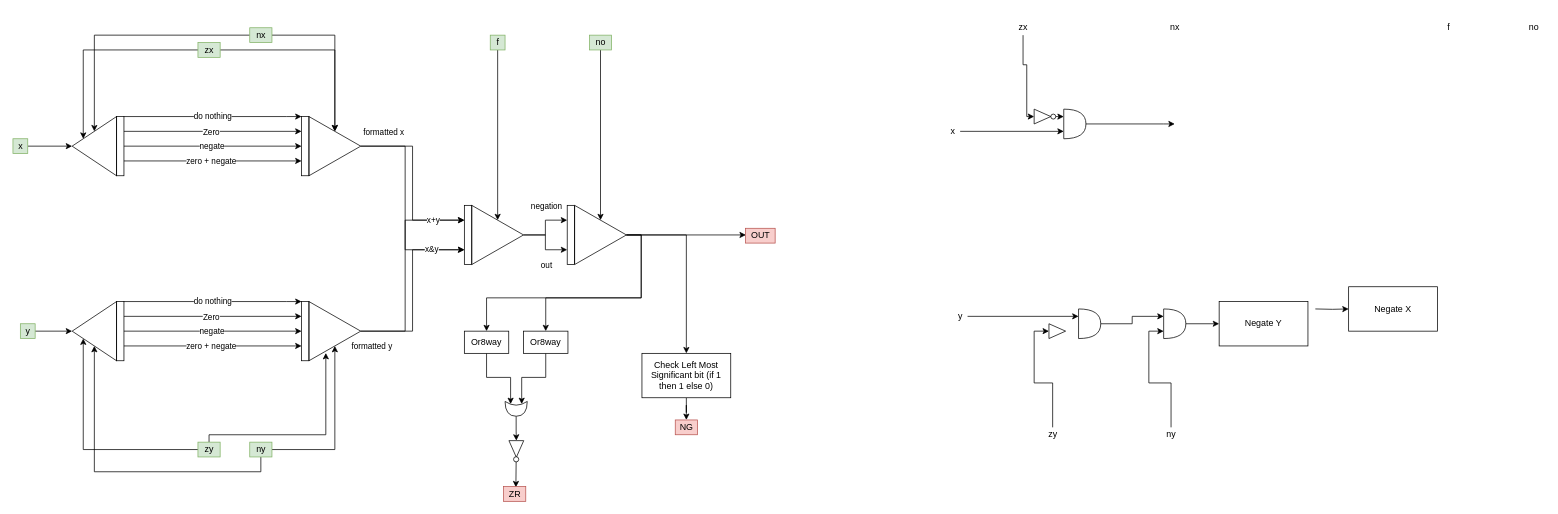
This is projects/02/ALU-arch.drawio from rayhaanbhikha/nandtotetris, a draw.io file, before an edit. Source tidied: cells renumbered, new cells numbered last; positions are measured from the earlier drawing's top-left corner, leaving out a move shared by most shapes. Both pictures are drawn from the tidied source at 74%, with x=0, y=0 at pixel (13, 20).
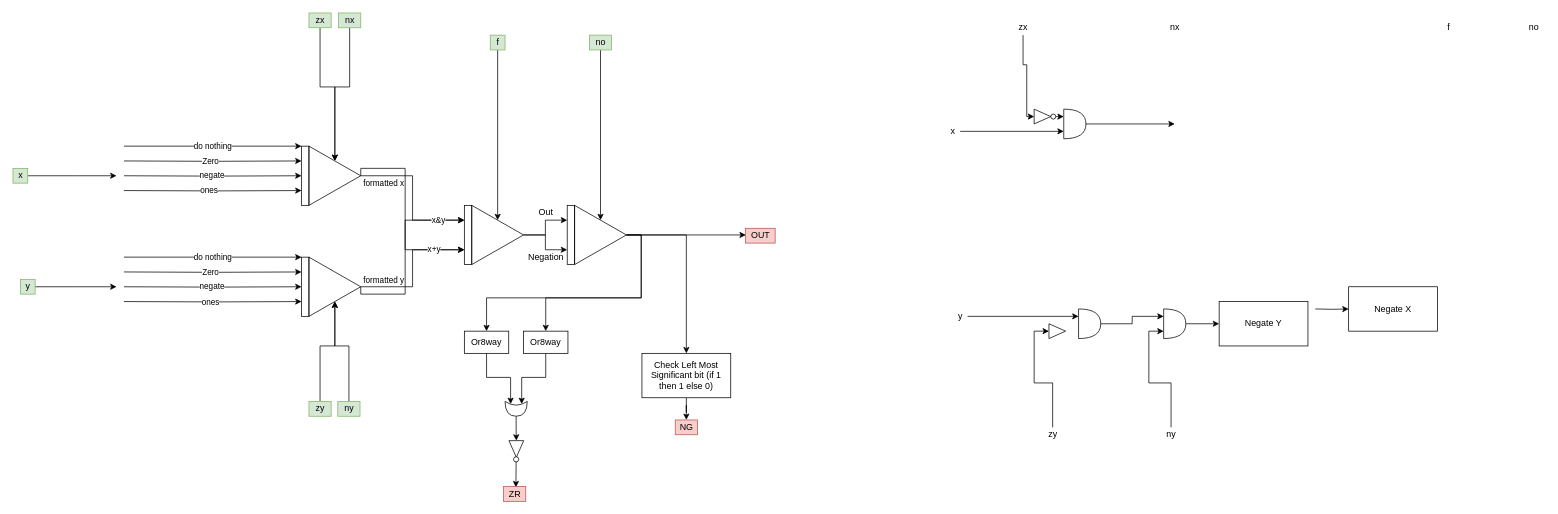
Above is the later version.

Commit message:
ALU arch updated.

Unchanged cells that the change refers to:
```xml
<mxCell id="73" style="edgeStyle=orthogonalEdgeStyle;rounded=0;jettySize=auto;html=1;exitX=1;exitY=0.5;exitDx=0;exitDy=0;entryX=0;entryY=0.25;entryDx=0;entryDy=0;" parent="1" edge="1" source="77" target="78">
  <mxGeometry relative="1" as="geometry" />
</mxCell>
<mxCell id="78" style="rounded=0;whiteSpace=wrap;html=1;strokeWidth=1;fillColor=none;" parent="1" vertex="1">
  <mxGeometry x="610" y="250" width="10" height="80" as="geometry" />
</mxCell>
<mxCell id="79" style="edgeStyle=orthogonalEdgeStyle;rounded=0;jettySize=auto;html=1;exitX=1;exitY=0.5;exitDx=0;exitDy=0;entryX=0;entryY=0.25;entryDx=0;entryDy=0;" parent="1" edge="1" source="83" target="85">
  <mxGeometry relative="1" as="geometry" />
</mxCell>
<mxCell id="81" style="edgeStyle=orthogonalEdgeStyle;rounded=0;jettySize=auto;html=1;exitX=1;exitY=0.5;exitDx=0;exitDy=0;entryX=0;entryY=0.75;entryDx=0;entryDy=0;" parent="1" edge="1" source="83" target="85">
  <mxGeometry relative="1" as="geometry" />
</mxCell>
```

What changed in the source:
```diff
@@
-    <mxCell id="2" style="edgeStyle=orthogonalEdgeStyle;rounded=0;jettySize=auto;html=1;entryX=0;entryY=0.5;entryDx=0;entryDy=0;" parent="1" edge="1" source="3" target="49">
-      <mxGeometry relative="1" as="geometry" />
-    </mxCell>
+    <mxCell id="113" style="edgeStyle=orthogonalEdgeStyle;rounded=0;jettySize=auto;html=1;" parent="1" edge="1" source="3">
+      <mxGeometry relative="1" as="geometry">
+        <mxPoint x="140" y="210" as="targetPoint" />
+      </mxGeometry>
+    </mxCell>
     <mxCell id="3" value="x" style="text;html=1;align=center;verticalAlign=middle;points=[];fillColor=#d5e8d4;strokeColor=#82b366;" parent="1" vertex="1">
-      <mxGeometry y="160" width="20" height="20" as="geometry" />
+      <mxGeometry y="200" width="20" height="20" as="geometry" />
     </mxCell>
-    <mxCell id="4" style="edgeStyle=orthogonalEdgeStyle;rounded=0;jettySize=auto;html=1;" parent="1" edge="1" source="5" target="50">
-      <mxGeometry relative="1" as="geometry" />
+    <mxCell id="4" style="edgeStyle=orthogonalEdgeStyle;rounded=0;jettySize=auto;html=1;" parent="1" edge="1" source="5">
+      <mxGeometry relative="1" as="geometry">
+        <mxPoint x="140" y="360" as="targetPoint" />
+      </mxGeometry>
     </mxCell>
     <mxCell id="5" value="y" style="text;html=1;align=center;verticalAlign=middle;points=[];fillColor=#d5e8d4;strokeColor=#82b366;" parent="1" vertex="1">
-      <mxGeometry x="10" y="410" width="20" height="20" as="geometry" />
+      <mxGeometry x="10" y="350" width="20" height="20" as="geometry" />
     </mxCell>
-    <mxCell id="6" style="edgeStyle=orthogonalEdgeStyle;rounded=0;jettySize=auto;html=1;entryX=0;entryY=0.25;entryDx=0;entryDy=0;" parent="1" edge="1" source="8" target="49">
-      <mxGeometry relative="1" as="geometry" />
-    </mxCell>
@@
     <mxCell id="8" value="zx" style="text;html=1;align=center;verticalAlign=middle;points=[];fillColor=#d5e8d4;strokeColor=#82b366;" parent="1" vertex="1">
-      <mxGeometry x="250" y="30" width="30" height="20" as="geometry" />
+      <mxGeometry x="400" y="-10" width="30" height="20" as="geometry" />
     </mxCell>
-    <mxCell id="9" style="edgeStyle=orthogonalEdgeStyle;rounded=0;jettySize=auto;html=1;entryX=0.5;entryY=0;entryDx=0;entryDy=0;" parent="1" edge="1" source="11" target="49">
-      <mxGeometry relative="1" as="geometry" />
-    </mxCell>
@@
     <mxCell id="11" value="nx" style="text;html=1;align=center;verticalAlign=middle;points=[];fillColor=#d5e8d4;strokeColor=#82b366;" parent="1" vertex="1">
-      <mxGeometry x="320" y="10" width="30" height="20" as="geometry" />
+      <mxGeometry x="440" y="-10" width="30" height="20" as="geometry" />
     </mxCell>
-    <mxCell id="12" style="edgeStyle=orthogonalEdgeStyle;rounded=0;jettySize=auto;html=1;entryX=0;entryY=0.75;entryDx=0;entryDy=0;" parent="1" edge="1" source="14" target="50">
-      <mxGeometry relative="1" as="geometry" />
-    </mxCell>
-    <mxCell id="13" style="edgeStyle=orthogonalEdgeStyle;rounded=0;jettySize=auto;html=1;entryX=0.326;entryY=0.869;entryDx=0;entryDy=0;entryPerimeter=0;" parent="1" edge="1" source="14" target="63">
+    <mxCell id="13" style="edgeStyle=orthogonalEdgeStyle;rounded=0;jettySize=auto;html=1;entryX=0.5;entryY=1;entryDx=0;entryDy=0;" parent="1" edge="1" source="14" target="63">
       <mxGeometry relative="1" as="geometry">
         <Array as="points">
-          <mxPoint x="265" y="560" />
-          <mxPoint x="423" y="560" />
+          <mxPoint x="415" y="440" />
+          <mxPoint x="435" y="440" />
         </Array>
       </mxGeometry>
     </mxCell>
     <mxCell id="14" value="zy" style="text;html=1;align=center;verticalAlign=middle;points=[];fillColor=#d5e8d4;strokeColor=#82b366;" parent="1" vertex="1">
-      <mxGeometry x="250" y="570" width="30" height="20" as="geometry" />
+      <mxGeometry x="400" y="515" width="30" height="20" as="geometry" />
     </mxCell>
     <mxCell id="15" style="edgeStyle=orthogonalEdgeStyle;rounded=0;jettySize=auto;html=1;entryX=0.5;entryY=1;entryDx=0;entryDy=0;" parent="1" edge="1" source="17" target="63">
-      <mxGeometry relative="1" as="geometry" />
+      <mxGeometry relative="1" as="geometry">
+        <Array as="points">
+          <mxPoint x="454" y="440" />
+          <mxPoint x="435" y="440" />
+        </Array>
+      </mxGeometry>
     </mxCell>
-    <mxCell id="16" style="edgeStyle=orthogonalEdgeStyle;rounded=0;jettySize=auto;html=1;entryX=0.5;entryY=1;entryDx=0;entryDy=0;" parent="1" edge="1" source="17" target="50">
-      <mxGeometry relative="1" as="geometry">
-        <Array as="points">
-          <mxPoint x="335" y="610" />
-          <mxPoint x="110" y="610" />
-        </Array>
-      </mxGeometry>
-    </mxCell>
     <mxCell id="17" value="ny" style="text;html=1;align=center;verticalAlign=middle;points=[];fillColor=#d5e8d4;strokeColor=#82b366;" parent="1" vertex="1">
-      <mxGeometry x="320" y="570" width="30" height="20" as="geometry" />
+      <mxGeometry x="439" y="515" width="30" height="20" as="geometry" />
     </mxCell>
@@
-    <mxCell id="49" style="triangle;whiteSpace=wrap;html=1;strokeWidth=1;fillColor=none;flipH=1;" parent="1" vertex="1">
-      <mxGeometry x="80" y="130" width="60" height="80" as="geometry" />
-    </mxCell>
-    <mxCell id="50" style="triangle;whiteSpace=wrap;html=1;strokeWidth=1;fillColor=none;flipH=1;" parent="1" vertex="1">
-      <mxGeometry x="80" y="380" width="60" height="80" as="geometry" />
-    </mxCell>
-    <mxCell id="51" value="do nothing" style="edgeStyle=orthogonalEdgeStyle;rounded=0;jettySize=auto;html=1;exitX=1;exitY=0;exitDx=0;exitDy=0;entryX=0;entryY=0;entryDx=0;entryDy=0;" parent="1" edge="1" source="58" target="59">
+    <mxCell id="51" value="do nothing" style="edgeStyle=orthogonalEdgeStyle;rounded=0;jettySize=auto;html=1;exitX=1;exitY=0;exitDx=0;exitDy=0;entryX=0;entryY=0;entryDx=0;entryDy=0;" parent="1" edge="1" target="59">
       <mxGeometry relative="1" as="geometry">
+        <mxPoint x="150" y="320" as="sourcePoint" />
         <Array as="points">
-          <mxPoint x="370" y="380" />
-          <mxPoint x="370" y="380" />
+          <mxPoint x="370" y="320" />
+          <mxPoint x="370" y="320" />
         </Array>
       </mxGeometry>
     </mxCell>
-    <mxCell id="52" style="edgeStyle=orthogonalEdgeStyle;rounded=0;jettySize=auto;html=1;exitX=1;exitY=0.25;exitDx=0;exitDy=0;entryX=0;entryY=0.25;entryDx=0;entryDy=0;" parent="1" edge="1" source="58" target="59">
-      <mxGeometry relative="1" as="geometry" />
+    <mxCell id="52" style="edgeStyle=orthogonalEdgeStyle;rounded=0;jettySize=auto;html=1;exitX=1;exitY=0.25;exitDx=0;exitDy=0;entryX=0;entryY=0.25;entryDx=0;entryDy=0;" parent="1" edge="1" target="59">
+      <mxGeometry relative="1" as="geometry">
+        <mxPoint x="150" y="340" as="sourcePoint" />
+      </mxGeometry>
     </mxCell>
@@
-    <mxCell id="54" style="edgeStyle=orthogonalEdgeStyle;rounded=0;jettySize=auto;html=1;exitX=1;exitY=0.5;exitDx=0;exitDy=0;entryX=0;entryY=0.5;entryDx=0;entryDy=0;" parent="1" edge="1" source="58" target="59">
-      <mxGeometry relative="1" as="geometry" />
+    <mxCell id="54" style="edgeStyle=orthogonalEdgeStyle;rounded=0;jettySize=auto;html=1;exitX=1;exitY=0.5;exitDx=0;exitDy=0;entryX=0;entryY=0.5;entryDx=0;entryDy=0;" parent="1" edge="1" target="59">
+      <mxGeometry relative="1" as="geometry">
+        <mxPoint x="150" y="360" as="sourcePoint" />
+      </mxGeometry>
     </mxCell>
@@
-    <mxCell id="56" style="edgeStyle=orthogonalEdgeStyle;rounded=0;jettySize=auto;html=1;exitX=1;exitY=0.75;exitDx=0;exitDy=0;entryX=0;entryY=0.75;entryDx=0;entryDy=0;" parent="1" edge="1" source="58" target="59">
-      <mxGeometry relative="1" as="geometry" />
+    <mxCell id="56" style="edgeStyle=orthogonalEdgeStyle;rounded=0;jettySize=auto;html=1;exitX=1;exitY=0.75;exitDx=0;exitDy=0;entryX=0;entryY=0.75;entryDx=0;entryDy=0;" parent="1" edge="1" target="59">
+      <mxGeometry relative="1" as="geometry">
+        <mxPoint x="150" y="380" as="sourcePoint" />
+      </mxGeometry>
     </mxCell>
-    <mxCell id="57" value="zero + negate" style="edgeLabel;html=1;align=center;verticalAlign=middle;" parent="56" vertex="1">
+    <mxCell id="57" value="ones" style="edgeLabel;html=1;align=center;verticalAlign=middle;" parent="56" vertex="1">
       <mxGeometry y="-3" relative="1" as="geometry">
         <mxPoint x="-3" y="-3" as="offset" />
       </mxGeometry>
     </mxCell>
-    <mxCell id="58" style="rounded=0;whiteSpace=wrap;html=1;strokeWidth=1;fillColor=none;" parent="1" vertex="1">
-      <mxGeometry x="140" y="380" width="10" height="80" as="geometry" />
-    </mxCell>
     <mxCell id="59" style="rounded=0;whiteSpace=wrap;html=1;strokeWidth=1;fillColor=none;" parent="1" vertex="1">
-      <mxGeometry x="390" y="380" width="10" height="80" as="geometry" />
+      <mxGeometry x="390" y="320" width="10" height="80" as="geometry" />
     </mxCell>
     <mxCell id="60" style="edgeStyle=orthogonalEdgeStyle;rounded=0;jettySize=auto;html=1;exitX=1;exitY=0.5;exitDx=0;exitDy=0;entryX=0;entryY=0.25;entryDx=0;entryDy=0;" parent="1" edge="1" source="63" target="78">
       <mxGeometry relative="1" as="geometry">
         <Array as="points">
-          <mxPoint x="530" y="420" />
+          <mxPoint x="470" y="370" />
+          <mxPoint x="530" y="370" />
           <mxPoint x="530" y="270" />
         </Array>
       </mxGeometry>
     </mxCell>
     <mxCell id="61" value="formatted y" style="edgeLabel;html=1;align=center;verticalAlign=middle;" parent="60" vertex="1">
       <mxGeometry x="-0.84" y="1" relative="1" as="geometry">
-        <mxPoint x="-8.3" y="21" as="offset" />
+        <mxPoint x="20" y="-19" as="offset" />
       </mxGeometry>
     </mxCell>
@@
     <mxCell id="63" style="triangle;whiteSpace=wrap;html=1;strokeWidth=1;fillColor=none;flipH=0;" parent="1" vertex="1">
-      <mxGeometry x="400" y="380" width="70" height="80" as="geometry" />
+      <mxGeometry x="400" y="320" width="70" height="80" as="geometry" />
     </mxCell>
-    <mxCell id="64" value="do nothing" style="edgeStyle=orthogonalEdgeStyle;rounded=0;jettySize=auto;html=1;exitX=1;exitY=0;exitDx=0;exitDy=0;entryX=0;entryY=0;entryDx=0;entryDy=0;" parent="1" edge="1" source="71" target="72">
+    <mxCell id="64" value="do nothing" style="edgeStyle=orthogonalEdgeStyle;rounded=0;jettySize=auto;html=1;exitX=1;exitY=0;exitDx=0;exitDy=0;entryX=0;entryY=0;entryDx=0;entryDy=0;" parent="1" edge="1" target="72">
       <mxGeometry relative="1" as="geometry">
+        <mxPoint x="150" y="170" as="sourcePoint" />
         <Array as="points">
-          <mxPoint x="370" y="130" />
-          <mxPoint x="370" y="130" />
+          <mxPoint x="370" y="170" />
+          <mxPoint x="370" y="170" />
         </Array>
       </mxGeometry>
     </mxCell>
-    <mxCell id="65" style="edgeStyle=orthogonalEdgeStyle;rounded=0;jettySize=auto;html=1;exitX=1;exitY=0.25;exitDx=0;exitDy=0;entryX=0;entryY=0.25;entryDx=0;entryDy=0;" parent="1" edge="1" source="71" target="72">
-      <mxGeometry relative="1" as="geometry" />
+    <mxCell id="65" style="edgeStyle=orthogonalEdgeStyle;rounded=0;jettySize=auto;html=1;exitX=1;exitY=0.25;exitDx=0;exitDy=0;entryX=0;entryY=0.25;entryDx=0;entryDy=0;" parent="1" edge="1" target="72">
+      <mxGeometry relative="1" as="geometry">
+        <mxPoint x="150" y="190" as="sourcePoint" />
+      </mxGeometry>
     </mxCell>
@@
-    <mxCell id="67" style="edgeStyle=orthogonalEdgeStyle;rounded=0;jettySize=auto;html=1;exitX=1;exitY=0.5;exitDx=0;exitDy=0;entryX=0;entryY=0.5;entryDx=0;entryDy=0;" parent="1" edge="1" source="71" target="72">
-      <mxGeometry relative="1" as="geometry" />
+    <mxCell id="67" style="edgeStyle=orthogonalEdgeStyle;rounded=0;jettySize=auto;html=1;exitX=1;exitY=0.5;exitDx=0;exitDy=0;entryX=0;entryY=0.5;entryDx=0;entryDy=0;" parent="1" edge="1" target="72">
+      <mxGeometry relative="1" as="geometry">
+        <mxPoint x="150" y="210" as="sourcePoint" />
+      </mxGeometry>
     </mxCell>
@@
-    <mxCell id="69" style="edgeStyle=orthogonalEdgeStyle;rounded=0;jettySize=auto;html=1;exitX=1;exitY=0.75;exitDx=0;exitDy=0;entryX=0;entryY=0.75;entryDx=0;entryDy=0;" parent="1" edge="1" source="71" target="72">
-      <mxGeometry relative="1" as="geometry" />
+    <mxCell id="69" style="edgeStyle=orthogonalEdgeStyle;rounded=0;jettySize=auto;html=1;exitX=1;exitY=0.75;exitDx=0;exitDy=0;entryX=0;entryY=0.75;entryDx=0;entryDy=0;" parent="1" edge="1" target="72">
+      <mxGeometry relative="1" as="geometry">
+        <mxPoint x="150" y="230" as="sourcePoint" />
+      </mxGeometry>
     </mxCell>
-    <mxCell id="70" value="zero + negate" style="edgeLabel;html=1;align=center;verticalAlign=middle;" parent="69" vertex="1">
-      <mxGeometry y="-3" relative="1" as="geometry">
-        <mxPoint x="-3" y="-3" as="offset" />
-      </mxGeometry>
-    </mxCell>
-    <mxCell id="71" style="rounded=0;whiteSpace=wrap;html=1;strokeWidth=1;fillColor=none;" parent="1" vertex="1">
-      <mxGeometry x="140" y="130" width="10" height="80" as="geometry" />
-    </mxCell>
+    <mxCell id="114" value="ones" style="edgeLabel;html=1;align=center;verticalAlign=middle;" parent="69" vertex="1">
+      <mxGeometry x="-0.05" y="1" relative="1" as="geometry" />
+    </mxCell>
     <mxCell id="72" style="rounded=0;whiteSpace=wrap;html=1;strokeWidth=1;fillColor=none;" parent="1" vertex="1">
-      <mxGeometry x="390" y="130" width="10" height="80" as="geometry" />
+      <mxGeometry x="390" y="170" width="10" height="80" as="geometry" />
     </mxCell>
@@
-    <mxCell id="74" value="x+y" style="edgeLabel;html=1;align=center;verticalAlign=middle;" parent="73" vertex="1">
+    <mxCell id="74" value="x&amp;amp;y" style="edgeLabel;html=1;align=center;verticalAlign=middle;" parent="73" vertex="1">
       <mxGeometry x="0.64" y="1" relative="1" as="geometry" />
     </mxCell>
     <mxCell id="75" style="edgeStyle=orthogonalEdgeStyle;rounded=0;jettySize=auto;html=1;exitX=1;exitY=0.5;exitDx=0;exitDy=0;entryX=0;entryY=0.75;entryDx=0;entryDy=0;" parent="1" edge="1" source="77" target="78">
       <mxGeometry relative="1" as="geometry">
         <Array as="points">
-          <mxPoint x="530" y="170" />
+          <mxPoint x="470" y="200" />
+          <mxPoint x="530" y="200" />
           <mxPoint x="530" y="310" />
         </Array>
       </mxGeometry>
     </mxCell>
-    <mxCell id="76" value="x&amp;amp;y" style="edgeLabel;html=1;align=center;verticalAlign=middle;" parent="75" vertex="1">
+    <mxCell id="76" value="x+y" style="edgeLabel;html=1;align=center;verticalAlign=middle;" parent="75" vertex="1">
       <mxGeometry x="0.68" y="2" relative="1" as="geometry" />
     </mxCell>
     <mxCell id="77" style="triangle;whiteSpace=wrap;html=1;strokeWidth=1;fillColor=none;flipH=0;" parent="1" vertex="1">
-      <mxGeometry x="400" y="130" width="70" height="80" as="geometry" />
+      <mxGeometry x="400" y="170" width="70" height="80" as="geometry" />
     </mxCell>
@@
-    <mxCell id="80" value="negation" style="edgeLabel;html=1;align=center;verticalAlign=middle;" parent="79" vertex="1">
-      <mxGeometry x="0.26" y="-1" relative="1" as="geometry">
-        <mxPoint y="-21" as="offset" />
-      </mxGeometry>
-    </mxCell>
@@
-    <mxCell id="82" value="out" style="edgeLabel;html=1;align=center;verticalAlign=middle;" parent="81" vertex="1">
-      <mxGeometry x="0.48" y="3" relative="1" as="geometry">
-        <mxPoint x="-8" y="23" as="offset" />
-      </mxGeometry>
-    </mxCell>
@@
     <mxCell id="84" value="formatted x" style="edgeLabel;html=1;align=center;verticalAlign=middle;" parent="1" vertex="1">
-      <mxGeometry x="500" y="150" as="geometry" />
+      <mxGeometry x="500" y="220" as="geometry" />
     </mxCell>
@@
+    <mxCell id="115" value="Negation" style="text;html=1;align=center;verticalAlign=middle;" parent="1" vertex="1">
+      <mxGeometry x="690" y="310" width="60" height="20" as="geometry" />
+    </mxCell>
+    <mxCell id="116" value="Out" style="text;html=1;align=center;verticalAlign=middle;" parent="1" vertex="1">
+      <mxGeometry x="705" y="250" width="30" height="20" as="geometry" />
+    </mxCell>
```
